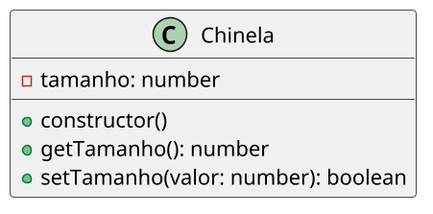
Above: labs/chinela/assets/diagrama.png in qxcodepoo/arcade (PlantUML), before the change.
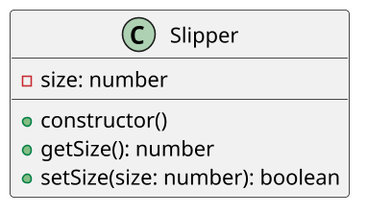
After the change.

What changed in the source:
```diff
@@ -3,12 +3,12 @@
 skinparam defaultFontName "Source Code Pro"
 skinparam dpi 150
 
-class Chinela {
-    - tamanho: number
+class Slipper {
+    - size: number
     __
     + constructor()
-    + getTamanho(): number
-    + setTamanho(valor: number): boolean
+    + getSize(): number
+    + setSize(size: number): boolean
 }
 
 @enduml
```
